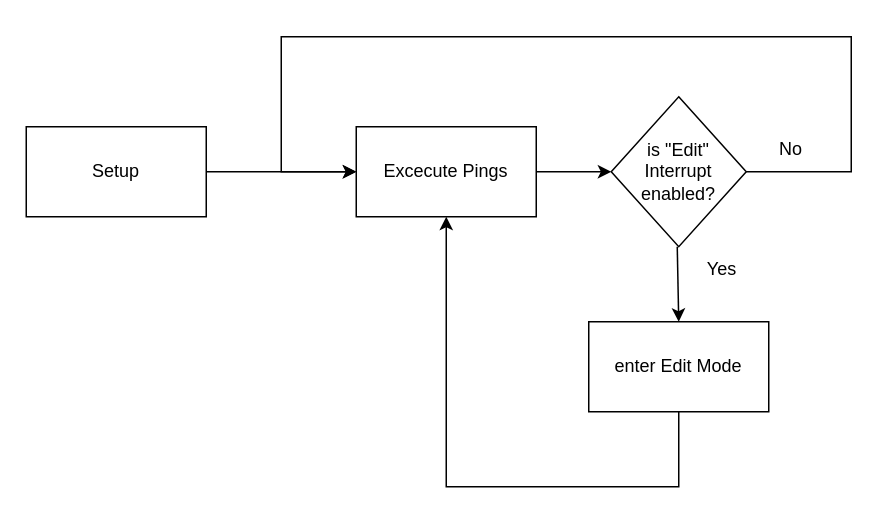
Above: CodeDoku/Overview.drawio in dariorthan/ESP32_NetworkFaultTester (draw.io), before the change. Source tidied: cells renumbered, new cells numbered last; positions are measured from the earlier drawing's top-left corner, leaving out a move shared by most shapes. Both pictures are drawn from the tidied source at 150%, with x=0, y=0 at pixel (26, 36).
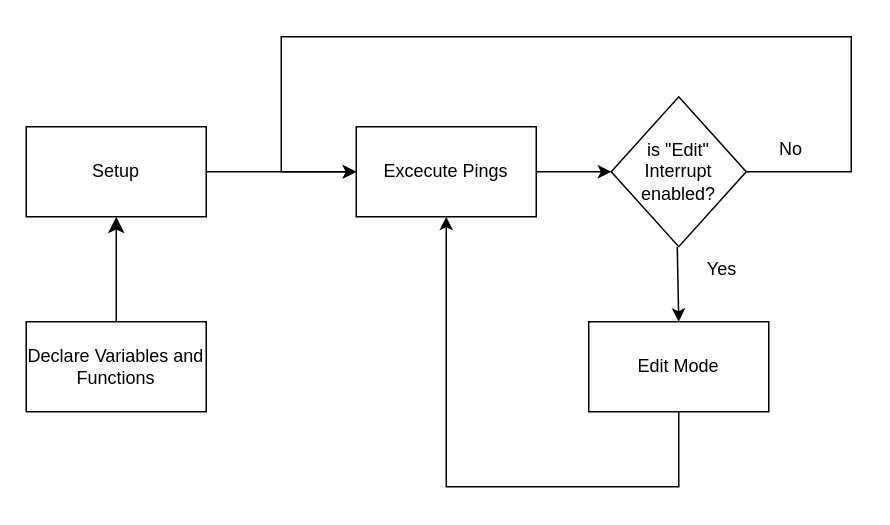
Above is the later version.

The edit, as a diff of the source:
```diff
@@
 <mxGraphModel>
   <root>
     <mxCell id="0" />
     <mxCell id="1" parent="0" />
     <mxCell id="2" value="Excecute Pings" style="rounded=0;whiteSpace=wrap;html=1;" parent="1" vertex="1">
       <mxGeometry x="220" y="60" width="120" height="60" as="geometry" />
     </mxCell>
     <mxCell id="3" value="is &quot;Edit&quot; Interrupt enabled?" style="rhombus;whiteSpace=wrap;html=1;" parent="1" vertex="1">
       <mxGeometry x="390" y="40" width="90" height="100" as="geometry" />
     </mxCell>
     <mxCell id="4" value="No" style="text;html=1;align=center;verticalAlign=middle;whiteSpace=wrap;rounded=0;" parent="1" vertex="1">
       <mxGeometry x="480" y="60" width="60" height="30" as="geometry" />
     </mxCell>
     <mxCell id="5" value="Yes" style="text;html=1;align=center;verticalAlign=middle;whiteSpace=wrap;rounded=0;" parent="1" vertex="1">
       <mxGeometry x="434" y="140" width="60" height="30" as="geometry" />
     </mxCell>
     <mxCell id="6" style="endArrow=classic;html=1;rounded=0;exitX=1;exitY=0.5;exitDx=0;exitDy=0;entryX=0;entryY=0.5;entryDx=0;entryDy=0;" parent="1" edge="1" source="3" target="2">
       <mxGeometry relative="1" as="geometry">
         <Array as="points">
           <mxPoint x="550" y="90" />
           <mxPoint x="550" />
           <mxPoint x="170" />
           <mxPoint x="170" y="90" />
         </Array>
       </mxGeometry>
     </mxCell>
-    <mxCell id="7" value="enter Edit Mode" style="rounded=0;whiteSpace=wrap;html=1;" parent="1" vertex="1">
+    <mxCell id="7" value="Edit Mode" style="rounded=0;whiteSpace=wrap;html=1;" parent="1" vertex="1">
       <mxGeometry x="375" y="190" width="120" height="60" as="geometry" />
     </mxCell>
     <mxCell id="8" style="endArrow=classic;html=1;rounded=0;exitX=0;exitY=0;exitDx=0;exitDy=0;entryX=0.5;entryY=0;entryDx=0;entryDy=0;" parent="1" edge="1" source="5" target="7">
       <mxGeometry relative="1" as="geometry" />
     </mxCell>
     <mxCell id="9" style="endArrow=classic;html=1;rounded=0;exitX=0.5;exitY=1;exitDx=0;exitDy=0;entryX=0.5;entryY=1;entryDx=0;entryDy=0;" parent="1" edge="1" source="7" target="2">
       <mxGeometry relative="1" as="geometry">
         <Array as="points">
           <mxPoint x="435" y="300" />
           <mxPoint x="280" y="300" />
         </Array>
       </mxGeometry>
     </mxCell>
     <mxCell id="10" style="endArrow=classic;html=1;rounded=0;exitX=1;exitY=0.5;exitDx=0;exitDy=0;entryX=0;entryY=0.5;entryDx=0;entryDy=0;" parent="1" edge="1" source="2" target="3">
       <mxGeometry relative="1" as="geometry" />
     </mxCell>
     <mxCell id="11" value="Setup" style="rounded=0;whiteSpace=wrap;html=1;" parent="1" vertex="1">
       <mxGeometry y="60" width="120" height="60" as="geometry" />
     </mxCell>
     <mxCell id="12" style="endArrow=classic;html=1;rounded=0;" parent="1" edge="1" source="11">
       <mxGeometry relative="1" as="geometry">
         <mxPoint x="220" y="90" as="targetPoint" />
       </mxGeometry>
     </mxCell>
+    <mxCell id="13" value="Declare Variables and Functions" style="rounded=0;whiteSpace=wrap;html=1;" parent="1" vertex="1">
+      <mxGeometry y="190" width="120" height="60" as="geometry" />
+    </mxCell>
+    <mxCell id="14" style="endArrow=classic;html=1;rounded=0;fontSize=12;startSize=8;endSize=8;curved=1;exitX=0.5;exitY=0;exitDx=0;exitDy=0;entryX=0.5;entryY=1;entryDx=0;entryDy=0;" parent="1" edge="1" source="13" target="11">
+      <mxGeometry relative="1" as="geometry" />
+    </mxCell>
   </root>
 </mxGraphModel>
```
